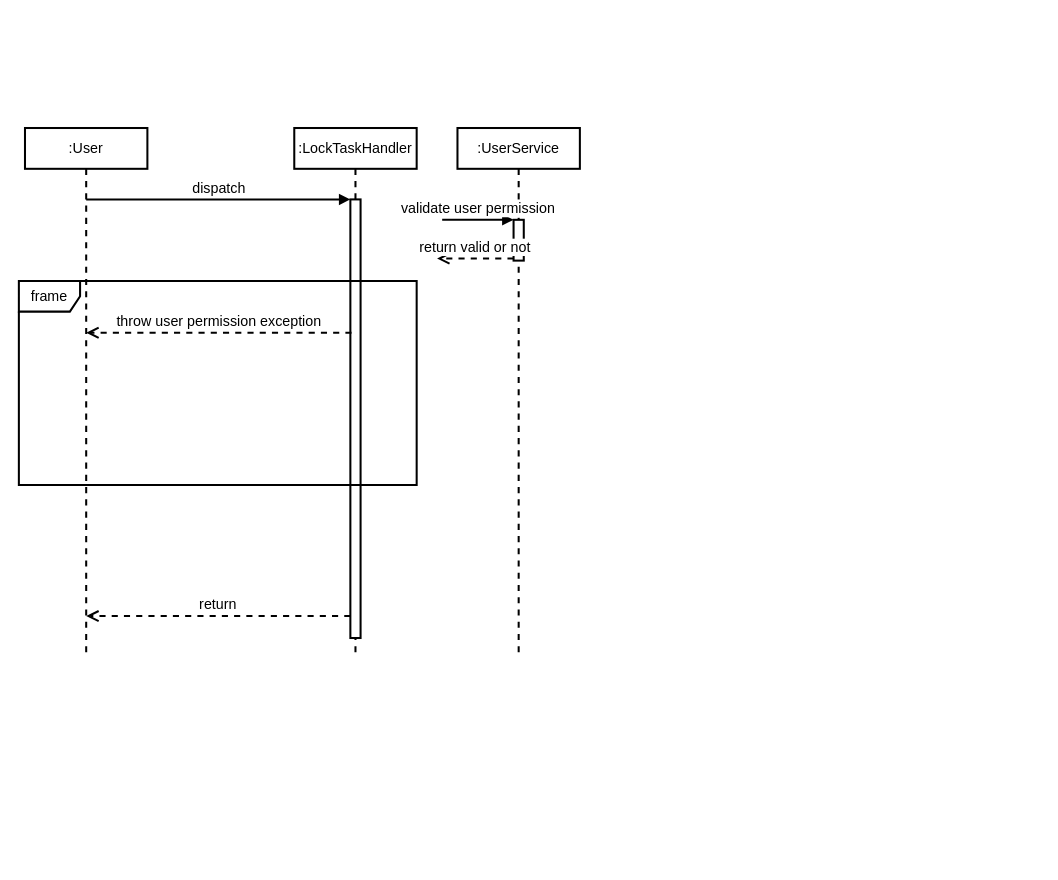
Above: page "Get Task" (3 of 4) of Untitled Diagram.drawio in minhtran-q/documents (draw.io), before the change. Source tidied: cells renumbered, new cells numbered last; positions are measured from the earlier drawing's top-left corner, leaving out a move shared by most shapes. Both pictures are drawn from the tidied source at 102%, with x=0, y=0 at pixel (18, 128).
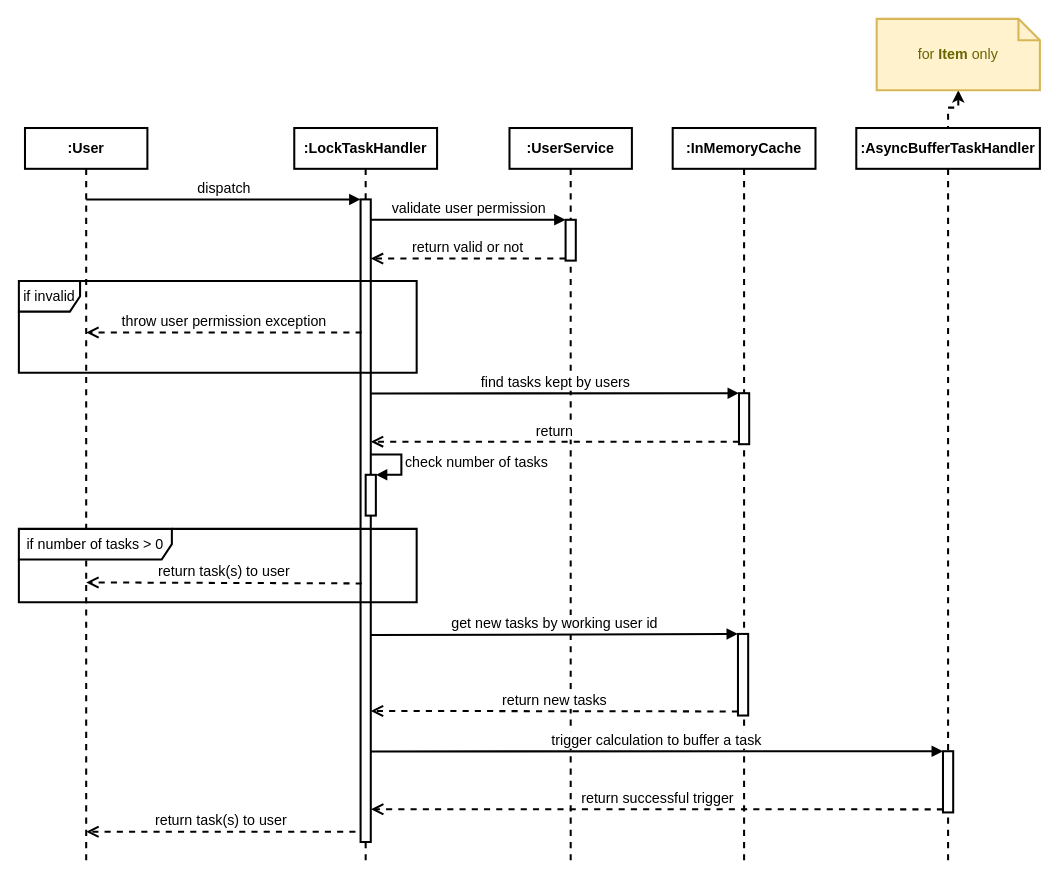
Above is the later version.

Unchanged cells that the change refers to:
```xml
<mxCell id="7" style="html=1;points=[];perimeter=orthogonalPerimeter;fontSize=14;strokeWidth=2;" parent="6" vertex="1">
  <mxGeometry x="55" y="90" width="10" height="40" as="geometry" />
</mxCell>
```

Diff of the diagram source:
```diff
@@
-    <mxCell id="2" value=":User" style="shape=umlLifeline;perimeter=lifelinePerimeter;whiteSpace=wrap;html=1;outlineConnect=0;fontSize=14;strokeWidth=2;" parent="1" vertex="1">
-      <mxGeometry x="6" width="120" height="520" as="geometry" />
+    <mxCell id="2" value=":User" style="shape=umlLifeline;perimeter=lifelinePerimeter;whiteSpace=wrap;html=1;outlineConnect=0;fontSize=14;strokeWidth=2;fontStyle=1;" parent="1" vertex="1">
+      <mxGeometry x="6" width="120" height="720" as="geometry" />
     </mxCell>
-    <mxCell id="3" value=":LockTaskHandler" style="shape=umlLifeline;perimeter=lifelinePerimeter;whiteSpace=wrap;html=1;fontSize=14;strokeWidth=2;" parent="1" vertex="1">
-      <mxGeometry x="270" width="120" height="520" as="geometry" />
+    <mxCell id="3" value=":LockTaskHandler" style="shape=umlLifeline;perimeter=lifelinePerimeter;whiteSpace=wrap;html=1;fontSize=14;strokeWidth=2;fontStyle=1;" parent="1" vertex="1">
+      <mxGeometry x="270" width="140" height="720" as="geometry" />
     </mxCell>
     <mxCell id="4" style="html=1;points=[];perimeter=orthogonalPerimeter;fontSize=14;strokeWidth=2;" parent="3" vertex="1">
-      <mxGeometry x="55" y="70" width="10" height="430" as="geometry" />
+      <mxGeometry x="65" y="70" width="10" height="630" as="geometry" />
     </mxCell>
-    <mxCell id="5" value="frame" style="shape=umlFrame;whiteSpace=wrap;html=1;fontSize=14;strokeWidth=2;" parent="3" vertex="1">
-      <mxGeometry x="-270" y="150" width="390" height="200" as="geometry" />
+    <mxCell id="5" value="if invalid" style="shape=umlFrame;whiteSpace=wrap;html=1;fontSize=14;strokeWidth=2;" parent="3" vertex="1">
+      <mxGeometry x="-270" y="150" width="390" height="90" as="geometry" />
     </mxCell>
+    <mxCell id="13" style="html=1;points=[];perimeter=orthogonalPerimeter;fontSize=14;strokeWidth=2;" parent="3" vertex="1">
+      <mxGeometry x="70" y="340" width="10" height="40" as="geometry" />
+    </mxCell>
+    <mxCell id="14" value="check number of tasks" style="edgeStyle=orthogonalEdgeStyle;html=1;align=left;spacingLeft=2;endArrow=block;rounded=0;entryX=1;entryY=0;fontSize=14;strokeWidth=2;" parent="3" edge="1" target="13">
+      <mxGeometry relative="1" as="geometry">
+        <mxPoint x="75" y="320" as="sourcePoint" />
+        <Array as="points">
+          <mxPoint x="105" y="320" />
+        </Array>
+      </mxGeometry>
+    </mxCell>
+    <mxCell id="15" value="if number of tasks &amp;gt; 0" style="shape=umlFrame;whiteSpace=wrap;html=1;fontSize=14;strokeWidth=2;width=150;height=30;" parent="3" vertex="1">
+      <mxGeometry x="-270" y="393" width="390" height="72" as="geometry" />
+    </mxCell>
-    <mxCell id="6" value=":UserService" style="shape=umlLifeline;perimeter=lifelinePerimeter;whiteSpace=wrap;html=1;fontSize=14;strokeWidth=2;" parent="1" vertex="1">
-      <mxGeometry x="430" width="120" height="520" as="geometry" />
+    <mxCell id="6" value=":UserService" style="shape=umlLifeline;perimeter=lifelinePerimeter;whiteSpace=wrap;html=1;fontSize=14;strokeWidth=2;fontStyle=1;" parent="1" vertex="1">
+      <mxGeometry x="481" width="120" height="720" as="geometry" />
     </mxCell>
@@
+    <mxCell id="10" value="dispatch" style="html=1;verticalAlign=bottom;endArrow=block;entryX=0;entryY=0;rounded=0;fontSize=14;strokeWidth=2;" parent="1" edge="1" source="2" target="4">
+      <mxGeometry relative="1" as="geometry" />
+    </mxCell>
+    <mxCell id="12" value="throw user permission exception" style="html=1;verticalAlign=bottom;endArrow=open;dashed=1;endSize=8;rounded=0;fontSize=14;strokeWidth=2;exitX=0.111;exitY=0.304;exitDx=0;exitDy=0;exitPerimeter=0;" parent="1" edge="1">
+      <mxGeometry relative="1" as="geometry">
+        <mxPoint x="336.1" y="200.5" as="sourcePoint" />
+        <mxPoint x="66" y="200.5" as="targetPoint" />
+      </mxGeometry>
+    </mxCell>
+    <mxCell id="16" value=":InMemoryCache" style="shape=umlLifeline;perimeter=lifelinePerimeter;whiteSpace=wrap;html=1;fontSize=14;strokeWidth=2;fontStyle=1;" parent="1" vertex="1">
+      <mxGeometry x="641" width="140" height="720" as="geometry" />
+    </mxCell>
+    <mxCell id="17" style="html=1;points=[];perimeter=orthogonalPerimeter;fontSize=14;strokeWidth=2;" parent="16" vertex="1">
+      <mxGeometry x="65" y="260" width="10" height="50" as="geometry" />
+    </mxCell>
+    <mxCell id="18" style="html=1;points=[];perimeter=orthogonalPerimeter;fontSize=14;strokeWidth=2;" parent="16" vertex="1">
+      <mxGeometry x="64" y="496" width="10" height="80" as="geometry" />
+    </mxCell>
+    <mxCell id="19" value="return task(s) to user" style="html=1;verticalAlign=bottom;endArrow=open;dashed=1;endSize=8;rounded=0;fontSize=14;strokeWidth=2;exitX=0.12;exitY=0.569;exitDx=0;exitDy=0;exitPerimeter=0;" parent="1" edge="1">
+      <mxGeometry relative="1" as="geometry">
+        <mxPoint x="336.2" y="446.5" as="sourcePoint" />
+        <mxPoint x="66" y="445.5" as="targetPoint" />
+      </mxGeometry>
+    </mxCell>
+    <mxCell id="20" style="edgeStyle=orthogonalEdgeStyle;rounded=0;jettySize=auto;html=1;fontSize=14;strokeWidth=2;dashed=1;" parent="1" edge="1" source="21" target="29">
+      <mxGeometry relative="1" as="geometry" />
+    </mxCell>
+    <mxCell id="21" value=":AsyncBufferTaskHandler" style="shape=umlLifeline;perimeter=lifelinePerimeter;whiteSpace=wrap;html=1;outlineConnect=0;fontSize=14;strokeWidth=2;fontStyle=1;" parent="1" vertex="1">
+      <mxGeometry x="821" width="180" height="720" as="geometry" />
+    </mxCell>
+    <mxCell id="22" style="html=1;points=[];perimeter=orthogonalPerimeter;fontSize=14;strokeWidth=2;" parent="21" vertex="1">
+      <mxGeometry x="85" y="611" width="10" height="60" as="geometry" />
+    </mxCell>
+    <mxCell id="23" value="return successful trigger" style="html=1;verticalAlign=bottom;endArrow=open;dashed=1;endSize=8;exitX=0;exitY=0.95;rounded=0;fontSize=14;strokeWidth=2;entryX=1.021;entryY=0.949;entryDx=0;entryDy=0;entryPerimeter=0;" parent="1" edge="1" source="22" target="4">
+      <mxGeometry relative="1" as="geometry" />
+    </mxCell>
+    <mxCell id="24" value="trigger calculation to buffer a task" style="html=1;verticalAlign=bottom;endArrow=block;entryX=0;entryY=0;rounded=0;fontSize=14;strokeWidth=2;exitX=1.021;exitY=0.859;exitDx=0;exitDy=0;exitPerimeter=0;" parent="1" edge="1" source="4" target="22">
+      <mxGeometry relative="1" as="geometry" />
+    </mxCell>
+    <mxCell id="25" value="return task(s) to user" style="html=1;verticalAlign=bottom;endArrow=open;dashed=1;endSize=8;rounded=0;fontSize=14;strokeWidth=2;" parent="1" edge="1" target="2">
+      <mxGeometry relative="1" as="geometry">
+        <mxPoint x="330" y="690" as="sourcePoint" />
+      </mxGeometry>
+    </mxCell>
+    <mxCell id="26" value="find tasks kept by users" style="html=1;verticalAlign=bottom;endArrow=block;entryX=0;entryY=0;rounded=0;fontSize=14;strokeWidth=2;exitX=1;exitY=0.302;exitDx=0;exitDy=0;exitPerimeter=0;" parent="1" edge="1" source="4" target="17">
+      <mxGeometry relative="1" as="geometry" />
+    </mxCell>
+    <mxCell id="11" value="return" style="html=1;verticalAlign=bottom;endArrow=open;dashed=1;endSize=8;exitX=0;exitY=0.95;rounded=0;fontSize=14;strokeWidth=2;entryX=1;entryY=0.377;entryDx=0;entryDy=0;entryPerimeter=0;" parent="1" edge="1" source="17" target="4">
+      <mxGeometry relative="1" as="geometry" />
+    </mxCell>
+    <mxCell id="27" value="get new tasks by working user id" style="html=1;verticalAlign=bottom;endArrow=block;entryX=0;entryY=0;rounded=0;fontSize=14;strokeWidth=2;exitX=1;exitY=0.678;exitDx=0;exitDy=0;exitPerimeter=0;" parent="1" edge="1" source="4" target="18">
+      <mxGeometry relative="1" as="geometry" />
+    </mxCell>
+    <mxCell id="28" value="return new tasks" style="html=1;verticalAlign=bottom;endArrow=open;dashed=1;endSize=8;exitX=0;exitY=0.95;rounded=0;fontSize=14;strokeWidth=2;entryX=1;entryY=0.796;entryDx=0;entryDy=0;entryPerimeter=0;" parent="1" edge="1" source="18" target="4">
+      <mxGeometry relative="1" as="geometry" />
+    </mxCell>
+    <mxCell id="29" value="for &lt;b&gt;Item&amp;nbsp;&lt;/b&gt;only" style="shape=note;strokeWidth=2;fontSize=14;size=21;whiteSpace=wrap;html=1;fillColor=#fff2cc;strokeColor=#d6b656;fontColor=#666600;" parent="1" vertex="1">
+      <mxGeometry x="841" y="-107" width="160" height="70" as="geometry" />
+    </mxCell>
-    <mxCell id="8" value="validate user permission" style="html=1;verticalAlign=bottom;endArrow=block;entryX=0;entryY=0;rounded=0;fontSize=14;strokeWidth=2;" parent="6" edge="1" target="7">
-      <mxGeometry relative="1" as="geometry">
-        <mxPoint x="-15" y="90" as="sourcePoint" />
-      </mxGeometry>
+    <mxCell id="8" value="validate user permission" style="html=1;verticalAlign=bottom;endArrow=block;entryX=0;entryY=0;rounded=0;fontSize=14;strokeWidth=2;" parent="1" edge="1" source="4" target="7">
+      <mxGeometry relative="1" as="geometry" />
     </mxCell>
-    <mxCell id="9" value="return valid or not" style="html=1;verticalAlign=bottom;endArrow=open;dashed=1;endSize=8;exitX=0;exitY=0.95;rounded=0;fontSize=14;strokeWidth=2;" parent="6" edge="1" source="7">
-      <mxGeometry relative="1" as="geometry">
-        <mxPoint x="-20" y="128" as="targetPoint" />
-      </mxGeometry>
+    <mxCell id="9" value="return valid or not" style="html=1;verticalAlign=bottom;endArrow=open;dashed=1;endSize=8;exitX=0;exitY=0.95;rounded=0;fontSize=14;strokeWidth=2;" parent="1" edge="1" source="7" target="4">
+      <mxGeometry relative="1" as="geometry" />
     </mxCell>
-    <mxCell id="10" value="dispatch" style="html=1;verticalAlign=bottom;endArrow=block;entryX=0;entryY=0;rounded=0;fontSize=14;strokeWidth=2;" parent="1" edge="1" source="2" target="4">
-      <mxGeometry relative="1" as="geometry" />
-    </mxCell>
-    <mxCell id="11" value="return" style="html=1;verticalAlign=bottom;endArrow=open;dashed=1;endSize=8;exitX=0;exitY=0.95;rounded=0;fontSize=14;strokeWidth=2;" parent="1" edge="1" source="4" target="2">
-      <mxGeometry relative="1" as="geometry" />
-    </mxCell>
-    <mxCell id="12" value="throw user permission exception" style="html=1;verticalAlign=bottom;endArrow=open;dashed=1;endSize=8;rounded=0;fontSize=14;strokeWidth=2;exitX=0.111;exitY=0.304;exitDx=0;exitDy=0;exitPerimeter=0;" parent="1" edge="1" source="4" target="2">
-      <mxGeometry relative="1" as="geometry" />
-    </mxCell>
```
